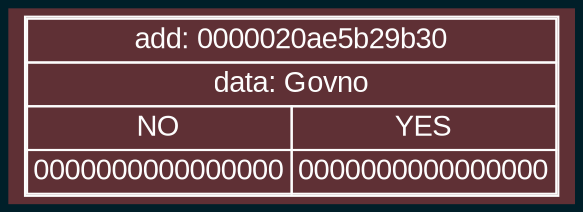
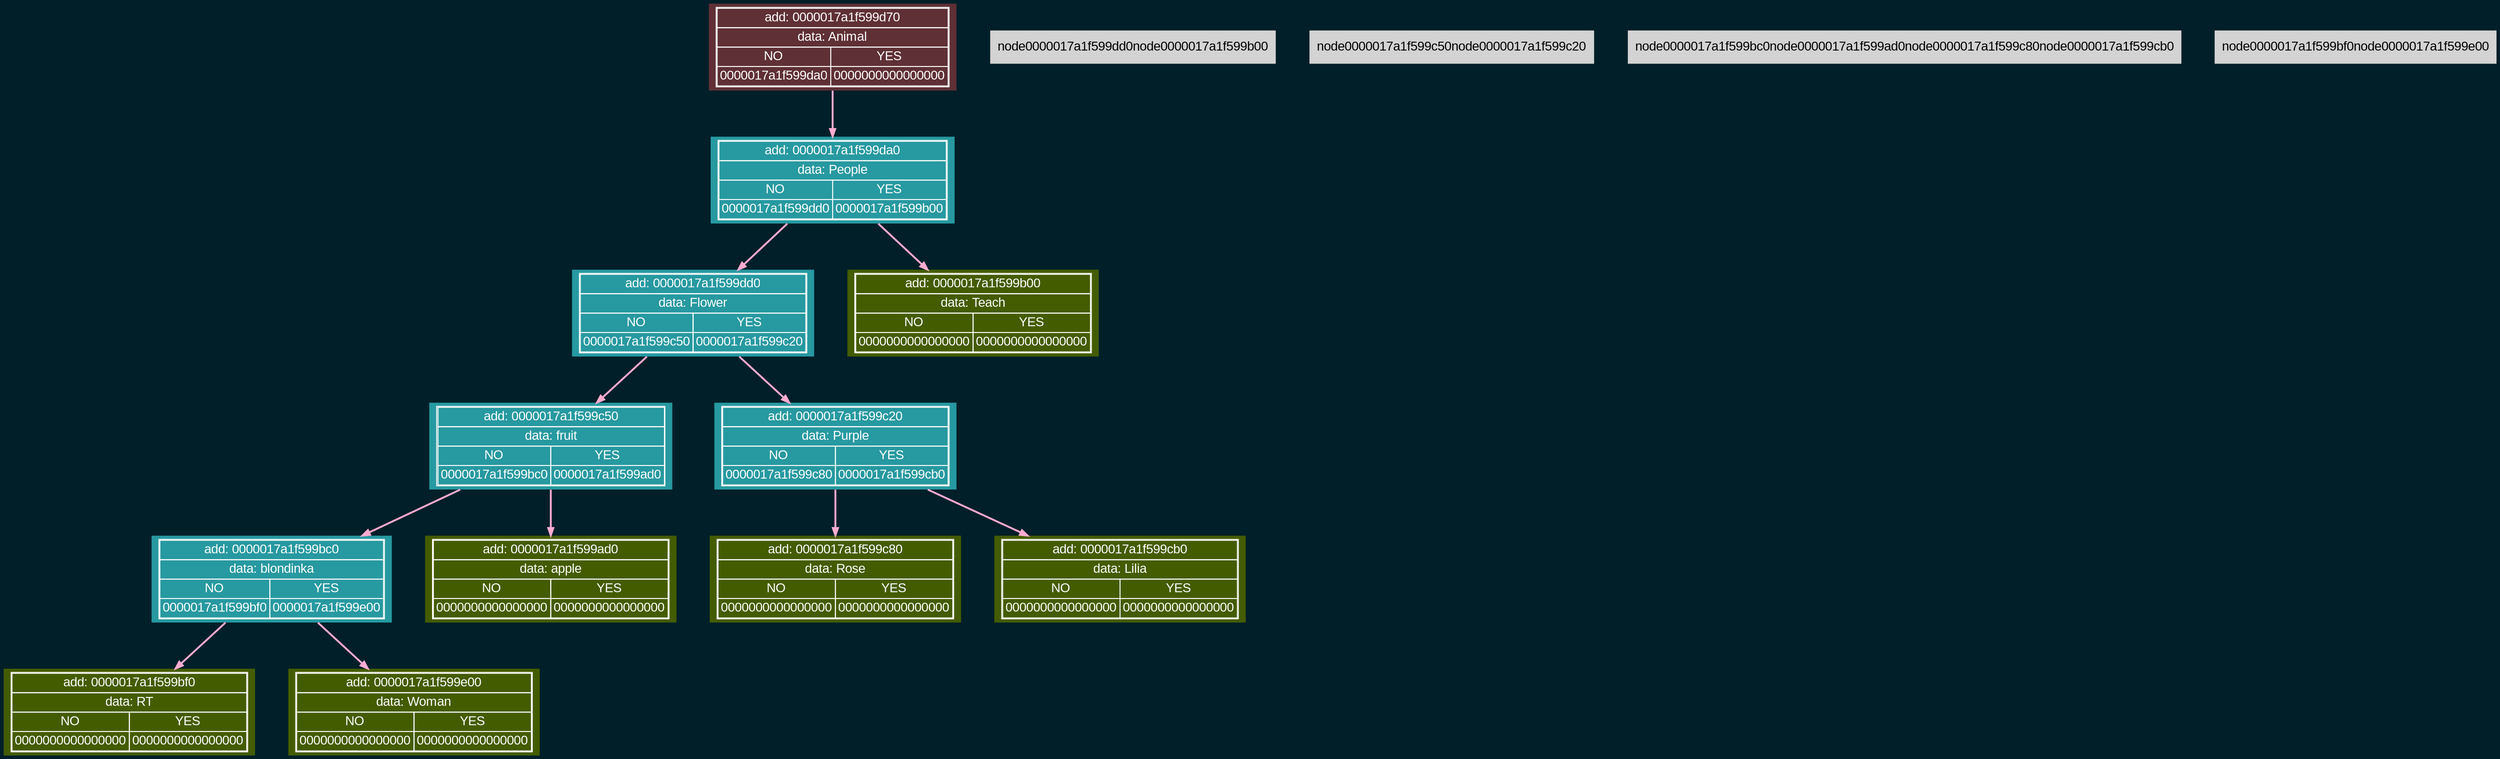
digraph tree{
    charset="UTF-8";
    bgcolor="#001f29";
    rankdir = TB;
    nodesep = 0.5;
    ranksep = 0.7;
    node [shape=plaintext, style=filled, fontname="Arial"];
    edge [fontname="Arial"];

    labelloc="t";
-     node0000020ae5b29b30 [label=<<TABLE BORDER='1' CELLBORDER='1' CELLSPACING='0'><TR><TD COLSPAN='2'>add: 0000020ae5b29b30</TD></TR><TR><TD COLSPAN='2'>data: Govno</TD></TR><TR><TD>NO</TD><TD>YES</TD></TR><TR><TD>0000000000000000</TD><TD>0000000000000000</TD></TR></TABLE>>, fillcolor="#5f3035", color="#fdfdfd", fontcolor="#fdfdfd"];
-  { rank = same;node0000020ae5b29b30}}
+     node0000017a1f599d70 [label=<<TABLE BORDER='1' CELLBORDER='1' CELLSPACING='0'><TR><TD COLSPAN='2'>add: 0000017a1f599d70</TD></TR><TR><TD COLSPAN='2'>data: Animal</TD></TR><TR><TD>NO</TD><TD>YES</TD></TR><TR><TD>0000017a1f599da0</TD><TD>0000000000000000</TD></TR></TABLE>>, fillcolor="#5f3035", color="#fdfdfd", fontcolor="#fdfdfd"];
+     node0000017a1f599da0 [label=<<TABLE BORDER='1' CELLBORDER='1' CELLSPACING='0'><TR><TD COLSPAN='2'>add: 0000017a1f599da0</TD></TR><TR><TD COLSPAN='2'>data: People</TD></TR><TR><TD>NO</TD><TD>YES</TD></TR><TR><TD>0000017a1f599dd0</TD><TD>0000017a1f599b00</TD></TR></TABLE>>, fillcolor="#2799a0", color="#fdfdfd", fontcolor="#fdfdfd"];
+     node0000017a1f599dd0 [label=<<TABLE BORDER='1' CELLBORDER='1' CELLSPACING='0'><TR><TD COLSPAN='2'>add: 0000017a1f599dd0</TD></TR><TR><TD COLSPAN='2'>data: Flower</TD></TR><TR><TD>NO</TD><TD>YES</TD></TR><TR><TD>0000017a1f599c50</TD><TD>0000017a1f599c20</TD></TR></TABLE>>, fillcolor="#2799a0", color="#fdfdfd", fontcolor="#fdfdfd"];
+     node0000017a1f599c50 [label=<<TABLE BORDER='1' CELLBORDER='1' CELLSPACING='0'><TR><TD COLSPAN='2'>add: 0000017a1f599c50</TD></TR><TR><TD COLSPAN='2'>data: fruit</TD></TR><TR><TD>NO</TD><TD>YES</TD></TR><TR><TD>0000017a1f599bc0</TD><TD>0000017a1f599ad0</TD></TR></TABLE>>, fillcolor="#2799a0", color="#fdfdfd", fontcolor="#fdfdfd"];
+     node0000017a1f599bc0 [label=<<TABLE BORDER='1' CELLBORDER='1' CELLSPACING='0'><TR><TD COLSPAN='2'>add: 0000017a1f599bc0</TD></TR><TR><TD COLSPAN='2'>data: blondinka</TD></TR><TR><TD>NO</TD><TD>YES</TD></TR><TR><TD>0000017a1f599bf0</TD><TD>0000017a1f599e00</TD></TR></TABLE>>, fillcolor="#2799a0", color="#fdfdfd", fontcolor="#fdfdfd"];
+     node0000017a1f599bf0 [label=<<TABLE BORDER='1' CELLBORDER='1' CELLSPACING='0'><TR><TD COLSPAN='2'>add: 0000017a1f599bf0</TD></TR><TR><TD COLSPAN='2'>data: RT</TD></TR><TR><TD>NO</TD><TD>YES</TD></TR><TR><TD>0000000000000000</TD><TD>0000000000000000</TD></TR></TABLE>>, fillcolor="#445c00", color="#fdfdfd", fontcolor="#fdfdfd"];
+     node0000017a1f599e00 [label=<<TABLE BORDER='1' CELLBORDER='1' CELLSPACING='0'><TR><TD COLSPAN='2'>add: 0000017a1f599e00</TD></TR><TR><TD COLSPAN='2'>data: Woman</TD></TR><TR><TD>NO</TD><TD>YES</TD></TR><TR><TD>0000000000000000</TD><TD>0000000000000000</TD></TR></TABLE>>, fillcolor="#445c00", color="#fdfdfd", fontcolor="#fdfdfd"];
+     node0000017a1f599ad0 [label=<<TABLE BORDER='1' CELLBORDER='1' CELLSPACING='0'><TR><TD COLSPAN='2'>add: 0000017a1f599ad0</TD></TR><TR><TD COLSPAN='2'>data: apple</TD></TR><TR><TD>NO</TD><TD>YES</TD></TR><TR><TD>0000000000000000</TD><TD>0000000000000000</TD></TR></TABLE>>, fillcolor="#445c00", color="#fdfdfd", fontcolor="#fdfdfd"];
+     node0000017a1f599c20 [label=<<TABLE BORDER='1' CELLBORDER='1' CELLSPACING='0'><TR><TD COLSPAN='2'>add: 0000017a1f599c20</TD></TR><TR><TD COLSPAN='2'>data: Purple</TD></TR><TR><TD>NO</TD><TD>YES</TD></TR><TR><TD>0000017a1f599c80</TD><TD>0000017a1f599cb0</TD></TR></TABLE>>, fillcolor="#2799a0", color="#fdfdfd", fontcolor="#fdfdfd"];
+     node0000017a1f599c80 [label=<<TABLE BORDER='1' CELLBORDER='1' CELLSPACING='0'><TR><TD COLSPAN='2'>add: 0000017a1f599c80</TD></TR><TR><TD COLSPAN='2'>data: Rose</TD></TR><TR><TD>NO</TD><TD>YES</TD></TR><TR><TD>0000000000000000</TD><TD>0000000000000000</TD></TR></TABLE>>, fillcolor="#445c00", color="#fdfdfd", fontcolor="#fdfdfd"];
+     node0000017a1f599cb0 [label=<<TABLE BORDER='1' CELLBORDER='1' CELLSPACING='0'><TR><TD COLSPAN='2'>add: 0000017a1f599cb0</TD></TR><TR><TD COLSPAN='2'>data: Lilia</TD></TR><TR><TD>NO</TD><TD>YES</TD></TR><TR><TD>0000000000000000</TD><TD>0000000000000000</TD></TR></TABLE>>, fillcolor="#445c00", color="#fdfdfd", fontcolor="#fdfdfd"];
+     node0000017a1f599b00 [label=<<TABLE BORDER='1' CELLBORDER='1' CELLSPACING='0'><TR><TD COLSPAN='2'>add: 0000017a1f599b00</TD></TR><TR><TD COLSPAN='2'>data: Teach</TD></TR><TR><TD>NO</TD><TD>YES</TD></TR><TR><TD>0000000000000000</TD><TD>0000000000000000</TD></TR></TABLE>>, fillcolor="#445c00", color="#fdfdfd", fontcolor="#fdfdfd"];
+  { rank = same;node0000017a1f599d70} { rank = same;node0000017a1f599da0} { rank = same;node0000017a1f599dd0node0000017a1f599b00} { rank = same;node0000017a1f599c50node0000017a1f599c20} { rank = same;node0000017a1f599bc0node0000017a1f599ad0node0000017a1f599c80node0000017a1f599cb0} { rank = same;node0000017a1f599bf0node0000017a1f599e00}    node0000017a1f599d70 -> node0000017a1f599da0 [color="#ffabd1", penwidth=2, fontcolor="#ffabd1", fontsize=12, arrowsize=0.8];
+     node0000017a1f599da0 -> node0000017a1f599dd0 [color="#ffabd1", penwidth=2, fontcolor="#ffabd1", fontsize=12, arrowsize=0.8];
+     node0000017a1f599da0 -> node0000017a1f599b00 [color="#ffabd1", penwidth=2, fontcolor="#ffabd1", fontsize=12, arrowsize=0.8];
+     node0000017a1f599dd0 -> node0000017a1f599c50 [color="#ffabd1", penwidth=2, fontcolor="#ffabd1", fontsize=12, arrowsize=0.8];
+     node0000017a1f599dd0 -> node0000017a1f599c20 [color="#ffabd1", penwidth=2, fontcolor="#ffabd1", fontsize=12, arrowsize=0.8];
+     node0000017a1f599c50 -> node0000017a1f599bc0 [color="#ffabd1", penwidth=2, fontcolor="#ffabd1", fontsize=12, arrowsize=0.8];
+     node0000017a1f599c50 -> node0000017a1f599ad0 [color="#ffabd1", penwidth=2, fontcolor="#ffabd1", fontsize=12, arrowsize=0.8];
+     node0000017a1f599bc0 -> node0000017a1f599bf0 [color="#ffabd1", penwidth=2, fontcolor="#ffabd1", fontsize=12, arrowsize=0.8];
+     node0000017a1f599bc0 -> node0000017a1f599e00 [color="#ffabd1", penwidth=2, fontcolor="#ffabd1", fontsize=12, arrowsize=0.8];
+     node0000017a1f599c20 -> node0000017a1f599c80 [color="#ffabd1", penwidth=2, fontcolor="#ffabd1", fontsize=12, arrowsize=0.8];
+     node0000017a1f599c20 -> node0000017a1f599cb0 [color="#ffabd1", penwidth=2, fontcolor="#ffabd1", fontsize=12, arrowsize=0.8];
+ }
